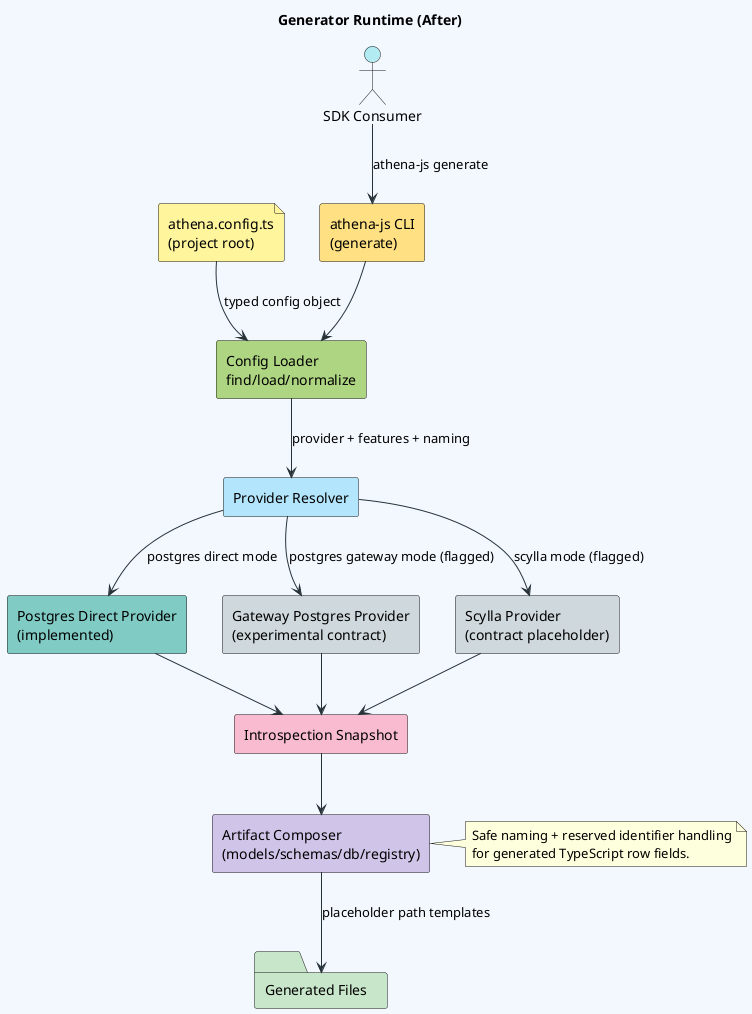
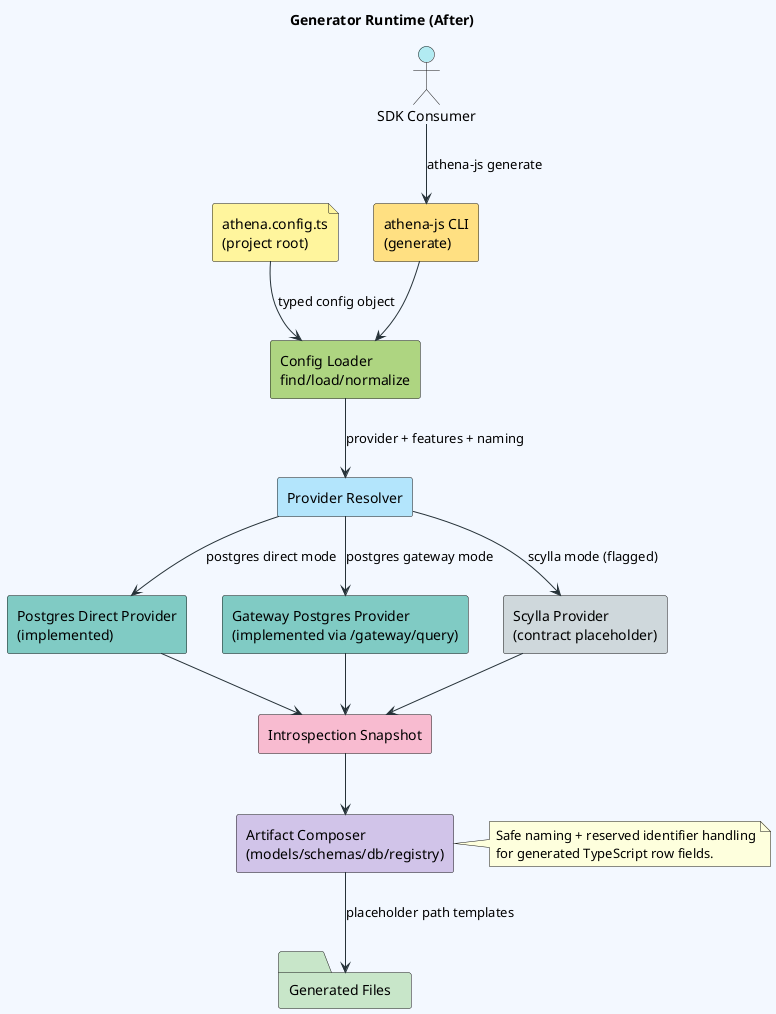
@startuml
title Generator Runtime (After)
skinparam backgroundColor #F3F8FF
skinparam componentStyle rectangle
skinparam ArrowColor #263238
skinparam defaultFontName Consolas

actor "SDK Consumer" as Consumer #B2EBF2
file "athena.config.ts\n(project root)" as ConfigFile #FFF59D
component "athena-js CLI\n(generate)" as Cli #FFE082
component "Config Loader\nfind/load/normalize" as ConfigLoader #AED581
component "Provider Resolver" as ProviderResolver #B3E5FC
component "Postgres Direct Provider\n(implemented)" as PgDirect #80CBC4
- component "Gateway Postgres Provider\n(experimental contract)" as PgGateway #CFD8DC
+ component "Gateway Postgres Provider\n(implemented via /gateway/query)" as PgGateway #80CBC4
component "Scylla Provider\n(contract placeholder)" as Scylla #CFD8DC
component "Introspection Snapshot" as Snapshot #F8BBD0
component "Artifact Composer\n(models/schemas/db/registry)" as Composer #D1C4E9
folder "Generated Files" as Output #C8E6C9

Consumer --> Cli : "athena-js generate"
ConfigFile --> ConfigLoader : typed config object
Cli --> ConfigLoader
ConfigLoader --> ProviderResolver : provider + features + naming
ProviderResolver --> PgDirect : postgres direct mode
- ProviderResolver --> PgGateway : postgres gateway mode (flagged)
+ ProviderResolver --> PgGateway : postgres gateway mode
ProviderResolver --> Scylla : scylla mode (flagged)
PgDirect --> Snapshot
PgGateway --> Snapshot
Scylla --> Snapshot
Snapshot --> Composer
Composer --> Output : placeholder path templates

note right of Composer
Safe naming + reserved identifier handling
for generated TypeScript row fields.
end note
@enduml
